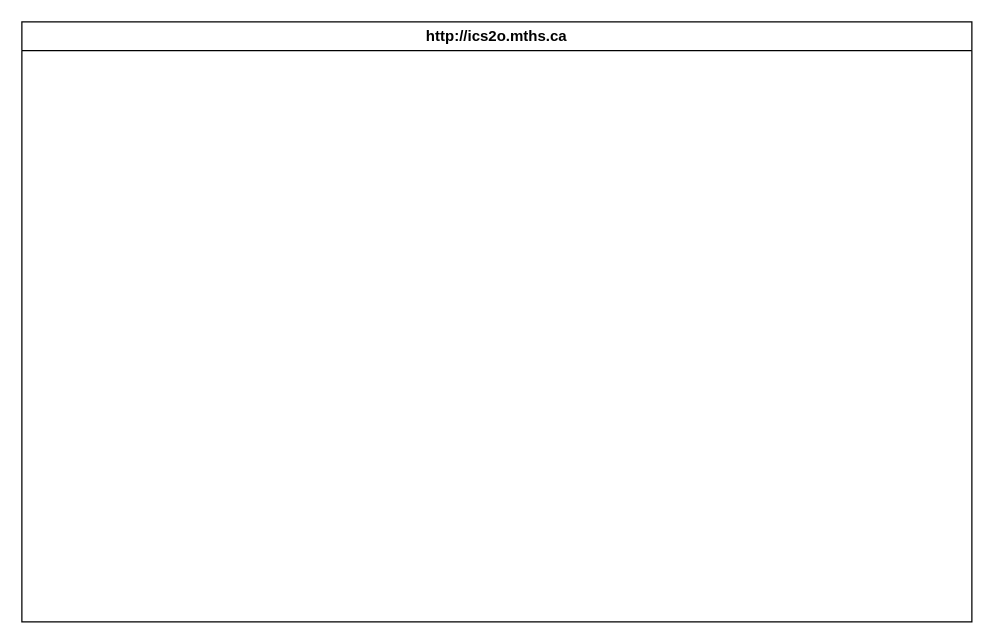
This is design/storyboard.drawio from MTHS-ICD2O-1-2023/ICD2O-Unit-3-04-tymofii-stepanov, a draw.io file, before an edit. Source tidied: cells renumbered, new cells numbered last; positions are measured from the earlier drawing's top-left corner, leaving out a move shared by most shapes. Both pictures are drawn from the tidied source at 125%, with x=0, y=0 at pixel (21, 21).
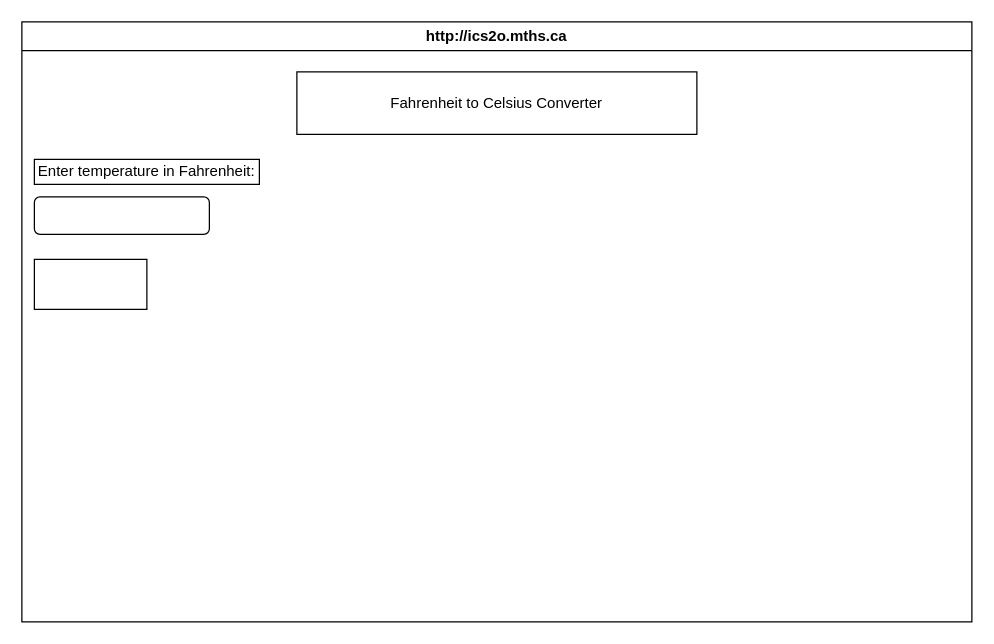
The same page after the edit.

What changed in the source:
```diff
@@
 <mxGraphModel>
   <root>
     <mxCell id="0" />
     <mxCell id="1" parent="0" />
     <mxCell id="2" value="http://ics2o.mths.ca" style="swimlane;whiteSpace=wrap;html=1;" parent="1" vertex="1">
       <mxGeometry width="760" height="480" as="geometry" />
     </mxCell>
+    <mxCell id="3" value="Fahrenheit to Celsius Converter" style="rounded=0;whiteSpace=wrap;html=1;" parent="2" vertex="1">
+      <mxGeometry x="220" y="40" width="320" height="50" as="geometry" />
+    </mxCell>
+    <mxCell id="4" value="Enter temperature in Fahrenheit:" style="rounded=0;whiteSpace=wrap;html=1;" parent="2" vertex="1">
+      <mxGeometry x="10" y="110" width="180" height="20" as="geometry" />
+    </mxCell>
+    <mxCell id="5" style="rounded=1;whiteSpace=wrap;html=1;" parent="2" vertex="1">
+      <mxGeometry x="10" y="140" width="140" height="30" as="geometry" />
+    </mxCell>
+    <mxCell id="6" style="rounded=0;whiteSpace=wrap;html=1;" parent="2" vertex="1">
+      <mxGeometry x="10" y="190" width="90" height="40" as="geometry" />
+    </mxCell>
   </root>
 </mxGraphModel>
```
